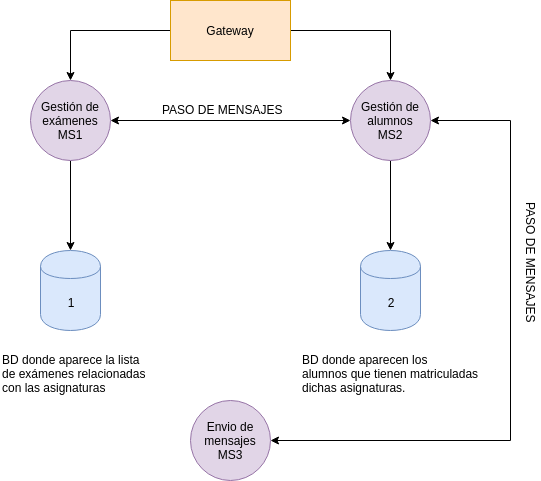
Before: img/diagrama.png, a diagram exported from draw.io (natalia2911/Proyecto-CloudComputing). Source tidied: cells renumbered, new cells last; positions are measured from the earlier drawing's top-left corner, leaving out a move shared by most shapes.
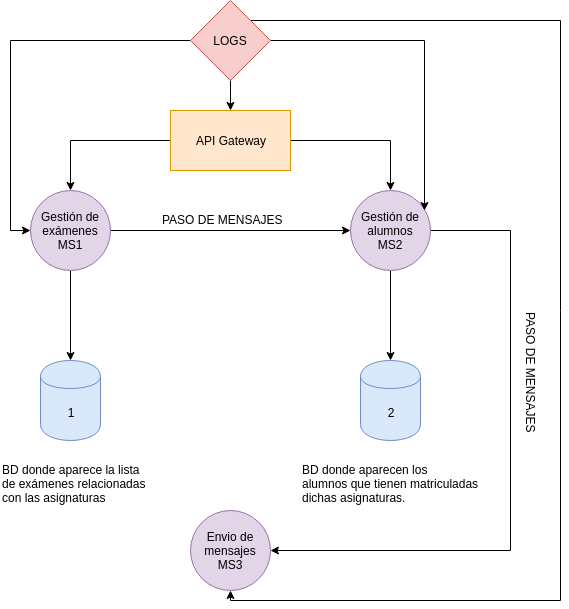
Later version of the same file.

Commit message:
Modificado diagrama close #18

The edit, as a diff of the source:
```diff
@@ -8,10 +8,10 @@
     <mxCell id="3" style="edgeStyle=orthogonalEdgeStyle;rounded=0;jettySize=auto;html=1;exitX=1;exitY=0.5;exitDx=0;exitDy=0;startArrow=none;startFill=0;" parent="1" edge="1" source="4" target="10">
       <mxGeometry relative="1" as="geometry" />
     </mxCell>
-    <mxCell id="4" value="Gateway" style="rounded=0;whiteSpace=wrap;html=1;fillColor=#ffe6cc;strokeColor=#d79b00;" parent="1" vertex="1">
+    <mxCell id="4" value="API Gateway" style="rounded=0;whiteSpace=wrap;html=1;fillColor=#ffe6cc;strokeColor=#d79b00;" parent="1" vertex="1">
       <mxGeometry x="170" width="120" height="60" as="geometry" />
     </mxCell>
-    <mxCell id="5" style="edgeStyle=orthogonalEdgeStyle;rounded=0;jettySize=auto;html=1;startArrow=classic;startFill=1;" parent="1" edge="1" source="7" target="10">
+    <mxCell id="5" style="edgeStyle=orthogonalEdgeStyle;rounded=0;jettySize=auto;html=1;startArrow=none;startFill=0;" parent="1" edge="1" source="7" target="10">
       <mxGeometry relative="1" as="geometry" />
     </mxCell>
     <mxCell id="6" style="edgeStyle=orthogonalEdgeStyle;rounded=0;jettySize=auto;html=1;exitX=0.5;exitY=1;exitDx=0;exitDy=0;startArrow=none;startFill=0;" parent="1" edge="1" source="7" target="12">
@@ -23,7 +23,7 @@
     <mxCell id="8" style="edgeStyle=orthogonalEdgeStyle;rounded=0;jettySize=auto;html=1;exitX=0.5;exitY=1;exitDx=0;exitDy=0;startArrow=none;startFill=0;" parent="1" edge="1" source="10" target="13">
       <mxGeometry relative="1" as="geometry" />
     </mxCell>
-    <mxCell id="9" style="edgeStyle=orthogonalEdgeStyle;rounded=0;jettySize=auto;html=1;exitX=1;exitY=0.5;exitDx=0;exitDy=0;entryX=1;entryY=0.5;entryDx=0;entryDy=0;startArrow=classic;startFill=1;" parent="1" edge="1" source="10" target="16">
+    <mxCell id="9" style="edgeStyle=orthogonalEdgeStyle;rounded=0;jettySize=auto;html=1;exitX=1;exitY=0.5;exitDx=0;exitDy=0;entryX=1;entryY=0.5;entryDx=0;entryDy=0;startArrow=none;startFill=0;" parent="1" edge="1" source="10" target="16">
       <mxGeometry relative="1" as="geometry">
         <Array as="points">
           <mxPoint x="510" y="120" />
@@ -55,5 +55,26 @@
     <mxCell id="17" value="PASO DE MENSAJES" style="text;html=1;align=left;verticalAlign=top;spacingTop=-4;rotation=90;" parent="1" vertex="1">
       <mxGeometry x="460" y="260" width="140" height="20" as="geometry" />
     </mxCell>
+    <mxCell id="18" style="edgeStyle=orthogonalEdgeStyle;rounded=0;jettySize=auto;html=1;exitX=0.5;exitY=1;exitDx=0;exitDy=0;" parent="1" edge="1" source="22" target="4">
+      <mxGeometry relative="1" as="geometry" />
+    </mxCell>
+    <mxCell id="19" style="edgeStyle=orthogonalEdgeStyle;rounded=0;jettySize=auto;html=1;exitX=0;exitY=0.5;exitDx=0;exitDy=0;entryX=0;entryY=0.5;entryDx=0;entryDy=0;" parent="1" edge="1" source="22" target="7">
+      <mxGeometry relative="1" as="geometry" />
+    </mxCell>
+    <mxCell id="20" style="edgeStyle=orthogonalEdgeStyle;rounded=0;jettySize=auto;html=1;exitX=1;exitY=0.5;exitDx=0;exitDy=0;entryX=0.925;entryY=0.25;entryDx=0;entryDy=0;entryPerimeter=0;" parent="1" edge="1" source="22" target="10">
+      <mxGeometry relative="1" as="geometry" />
+    </mxCell>
+    <mxCell id="21" style="edgeStyle=orthogonalEdgeStyle;rounded=0;jettySize=auto;html=1;exitX=1;exitY=0;exitDx=0;exitDy=0;startArrow=none;startFill=0;entryX=0.5;entryY=1;entryDx=0;entryDy=0;" parent="1" edge="1" source="22" target="16">
+      <mxGeometry relative="1" as="geometry">
+        <Array as="points">
+          <mxPoint x="560" y="-90" />
+          <mxPoint x="560" y="490" />
+          <mxPoint x="230" y="490" />
+        </Array>
+      </mxGeometry>
+    </mxCell>
+    <mxCell id="22" value="LOGS" style="rhombus;whiteSpace=wrap;html=1;fillColor=#f8cecc;strokeColor=#b85450;" parent="1" vertex="1">
+      <mxGeometry x="190" y="-110" width="80" height="80" as="geometry" />
+    </mxCell>
   </root>
 </mxGraphModel>
```
